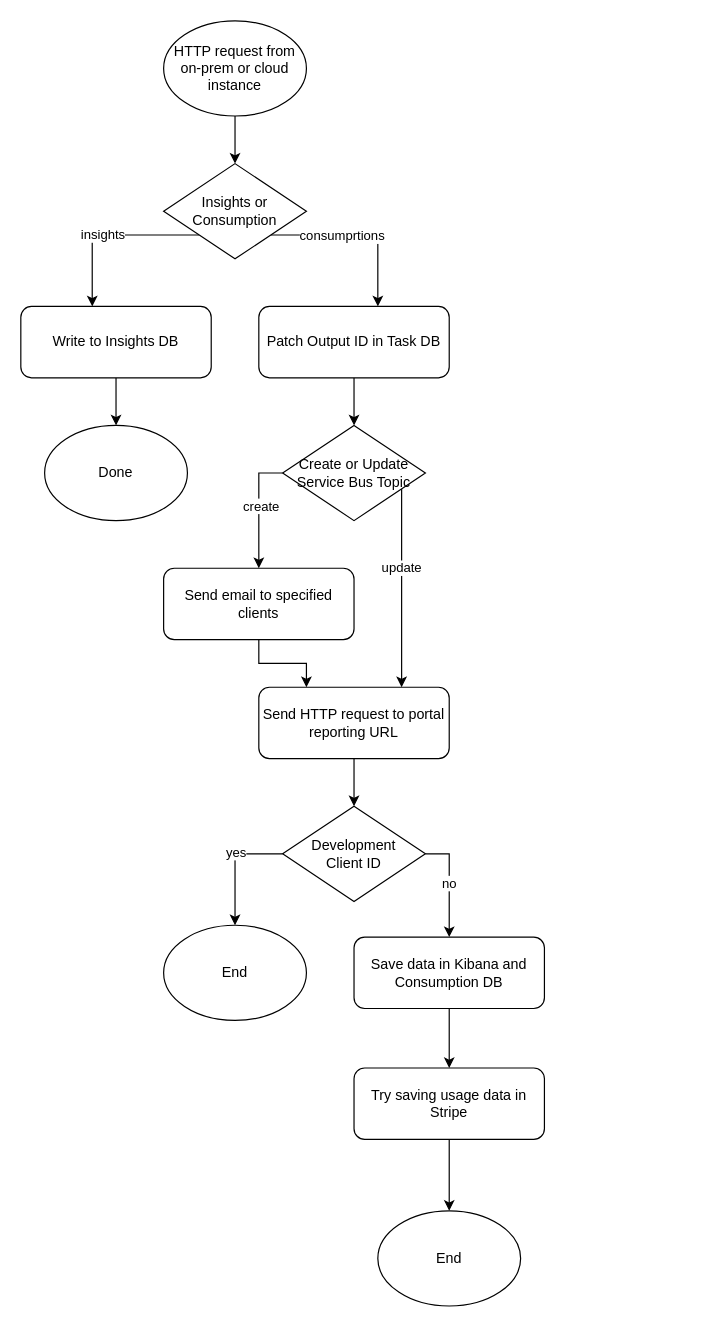
Above: functions-flowchart.drawio in fredyeah/diagrams (draw.io), before the change. Source tidied: cells renumbered, new cells numbered last; positions are measured from the earlier drawing's top-left corner, leaving out a move shared by most shapes. Both pictures are drawn from the tidied source at 119%, with x=0, y=0 at pixel (20, 20).
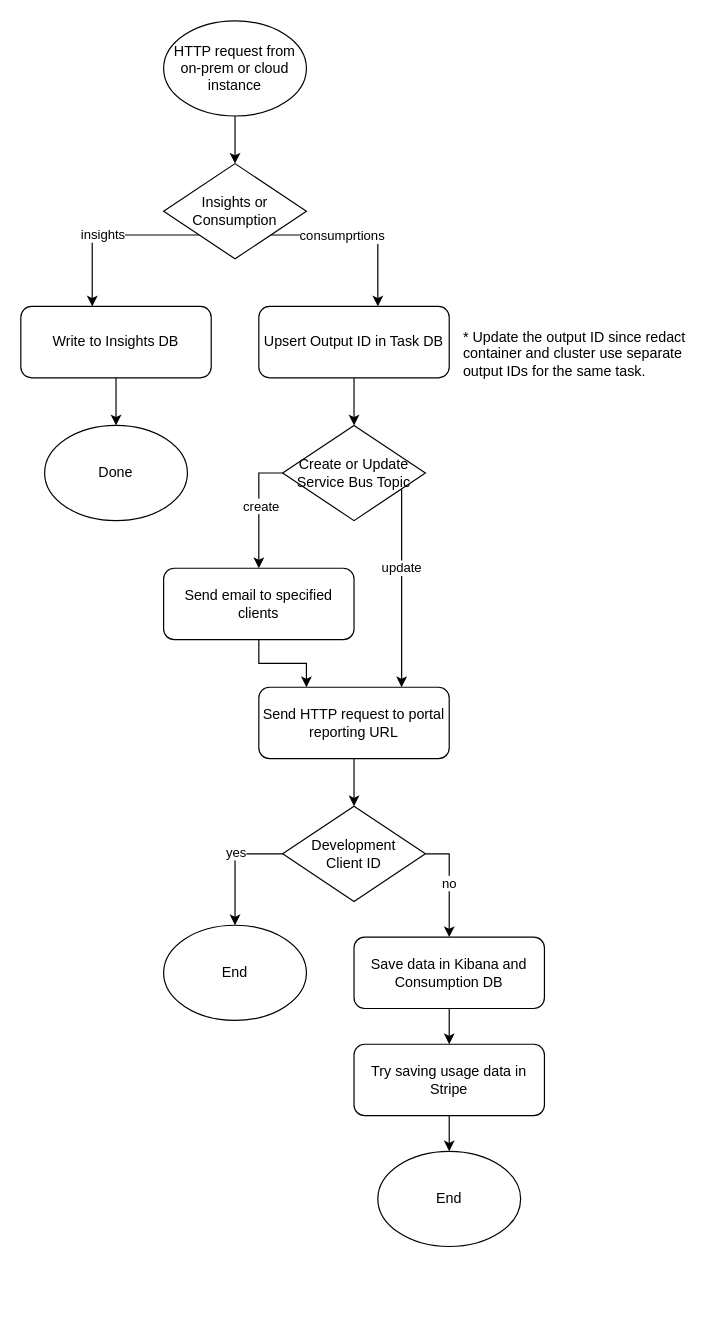
After the change.

Diff of the diagram source:
```diff
@@
-    <mxCell id="12" value="Patch Output ID in Task DB" style="rounded=1;whiteSpace=wrap;html=1;" parent="1" vertex="1">
+    <mxCell id="12" value="Upsert Output ID in Task DB" style="rounded=1;whiteSpace=wrap;html=1;" parent="1" vertex="1">
       <mxGeometry x="200" y="240" width="160" height="60" as="geometry" />
     </mxCell>
@@
     <mxCell id="31" value="Try saving usage data in Stripe" style="rounded=1;whiteSpace=wrap;html=1;" parent="1" vertex="1">
-      <mxGeometry x="280" y="880" width="160" height="60" as="geometry" />
+      <mxGeometry x="280" y="860" width="160" height="60" as="geometry" />
     </mxCell>
     <mxCell id="32" value="End" style="ellipse;whiteSpace=wrap;html=1;" parent="1" vertex="1">
-      <mxGeometry x="300" y="1000" width="120" height="80" as="geometry" />
+      <mxGeometry x="300" y="950" width="120" height="80" as="geometry" />
     </mxCell>
+    <mxCell id="33" value="* Update the output ID since redact container and cluster use separate output IDs for the same task.&amp;nbsp;" style="text;html=1;strokeColor=none;fillColor=none;align=left;verticalAlign=middle;whiteSpace=wrap;rounded=0;" parent="1" vertex="1">
+      <mxGeometry x="370" y="240" width="190" height="80" as="geometry" />
+    </mxCell>
```
